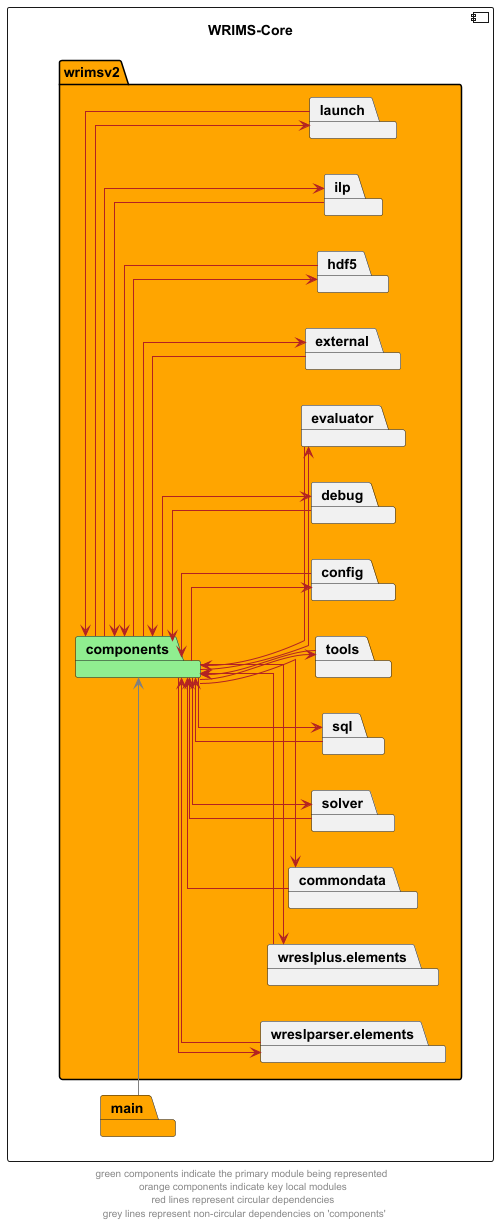
Above: docs/diagrams/wrims-core/wrims-core_components.png in CentralValleyModeling/wrims (PlantUML), before the change.
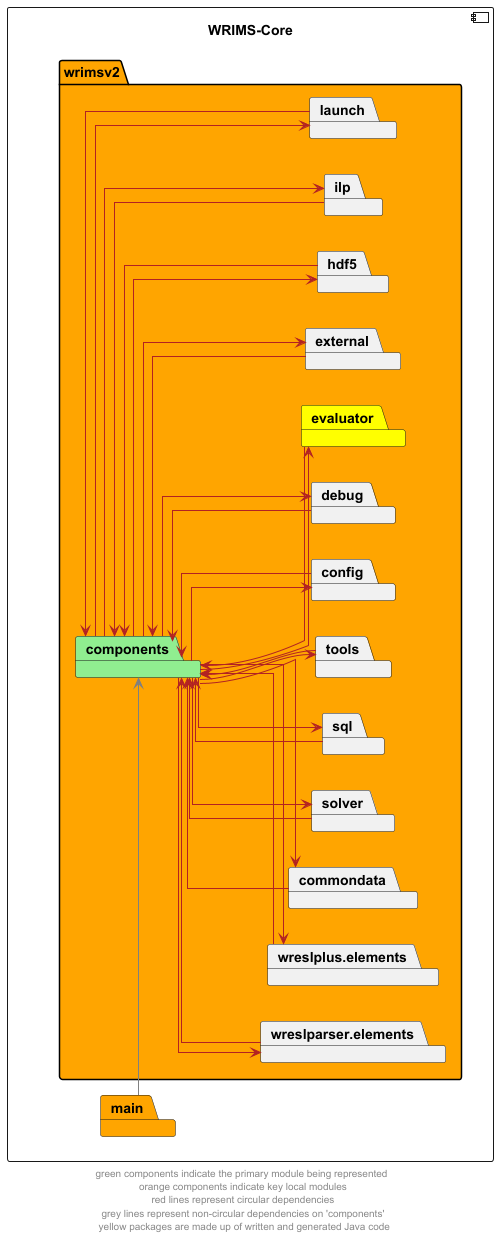
The same file after the commit.

Change to the diagram source:
```diff
@@ -12,7 +12,7 @@
         package tools
         package config
         package debug
-        package evaluator
+        package evaluator #yellow
         package external
         package hdf5
         package ilp
@@ -67,5 +67,5 @@
 main -up[hidden]-> wrims_core
 wreslparser.elements -left[hidden]-> components
 wreslplus.elements -left[hidden]-> components
-footer "green components indicate the primary module being represented \n orange components indicate key local modules \n red lines represent circular dependencies \n grey lines represent non-circular dependencies on 'components'"
+footer "green components indicate the primary module being represented \n orange components indicate key local modules \n red lines represent circular dependencies \n grey lines represent non-circular dependencies on 'components' \n yellow packages are made up of written and generated Java code"
 @enduml
```
